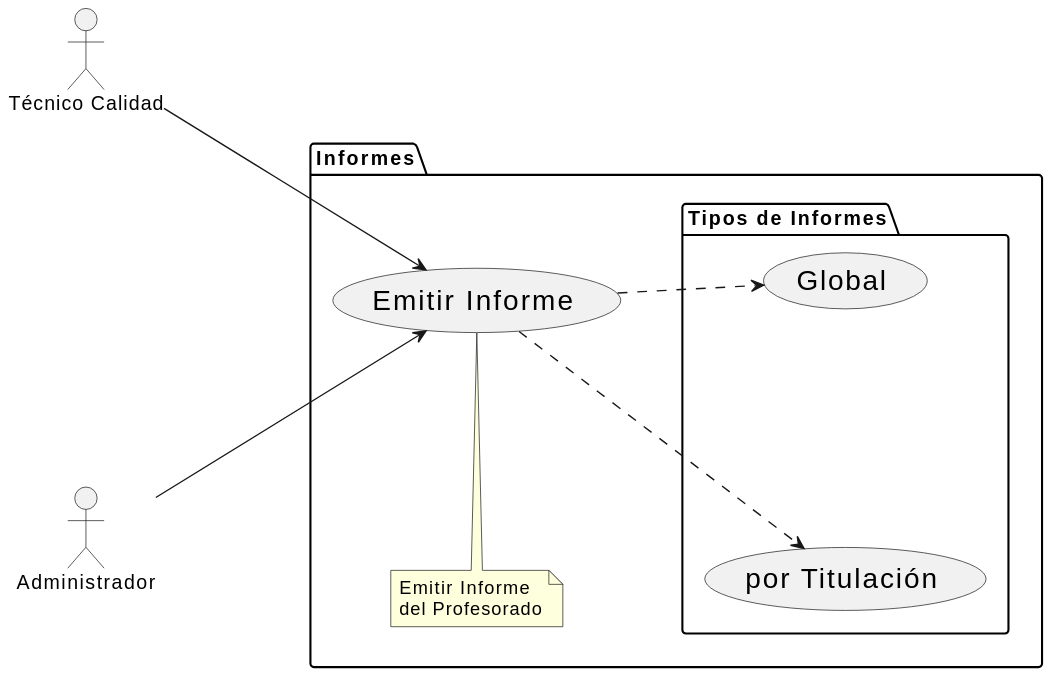
The PlantUML diagram images/modelosUML/CdU/Individuales/EmitirInforme.svg in mmasias/24-25-IdSw1-SDR, before a commit.
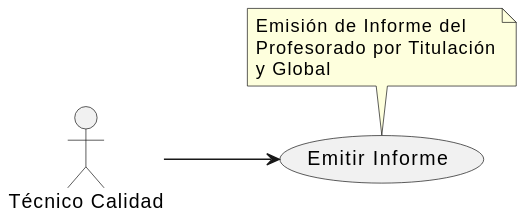
Above is the later version.

What changed in the source:
```diff
@@ -1,30 +1,14 @@
 @startuml
 left to right direction
 
-skinparam usecase {
-    FontSize 20
-}
+actor "Técnico Calidad" as tec
 
-skinparam nodesep 170
+usecase "Emitir Informe" as emitirInforme
+note top of emitirInforme
+    Emisión de Informe del
+    Profesorado por Titulación
+    y Global
+end note
 
-actor "Técnico Calidad" as tec
-actor "Administrador" as admin
-
-package "Informes" as informes {
-    usecase "Emitir Informe" as emitirInforme
-    package "Tipos de Informes" {
-        usecase "por Titulación" as titulacion
-        usecase "Global" as global
-    }
-    note top of emitirInforme
-        Emitir Informe
-        del Profesorado
-    end note
-}
-
-emitirInforme ..> titulacion
-emitirInforme ..> global
-
-tec ---> emitirInforme
-admin ---> emitirInforme
+tec --> emitirInforme
 @enduml
```
